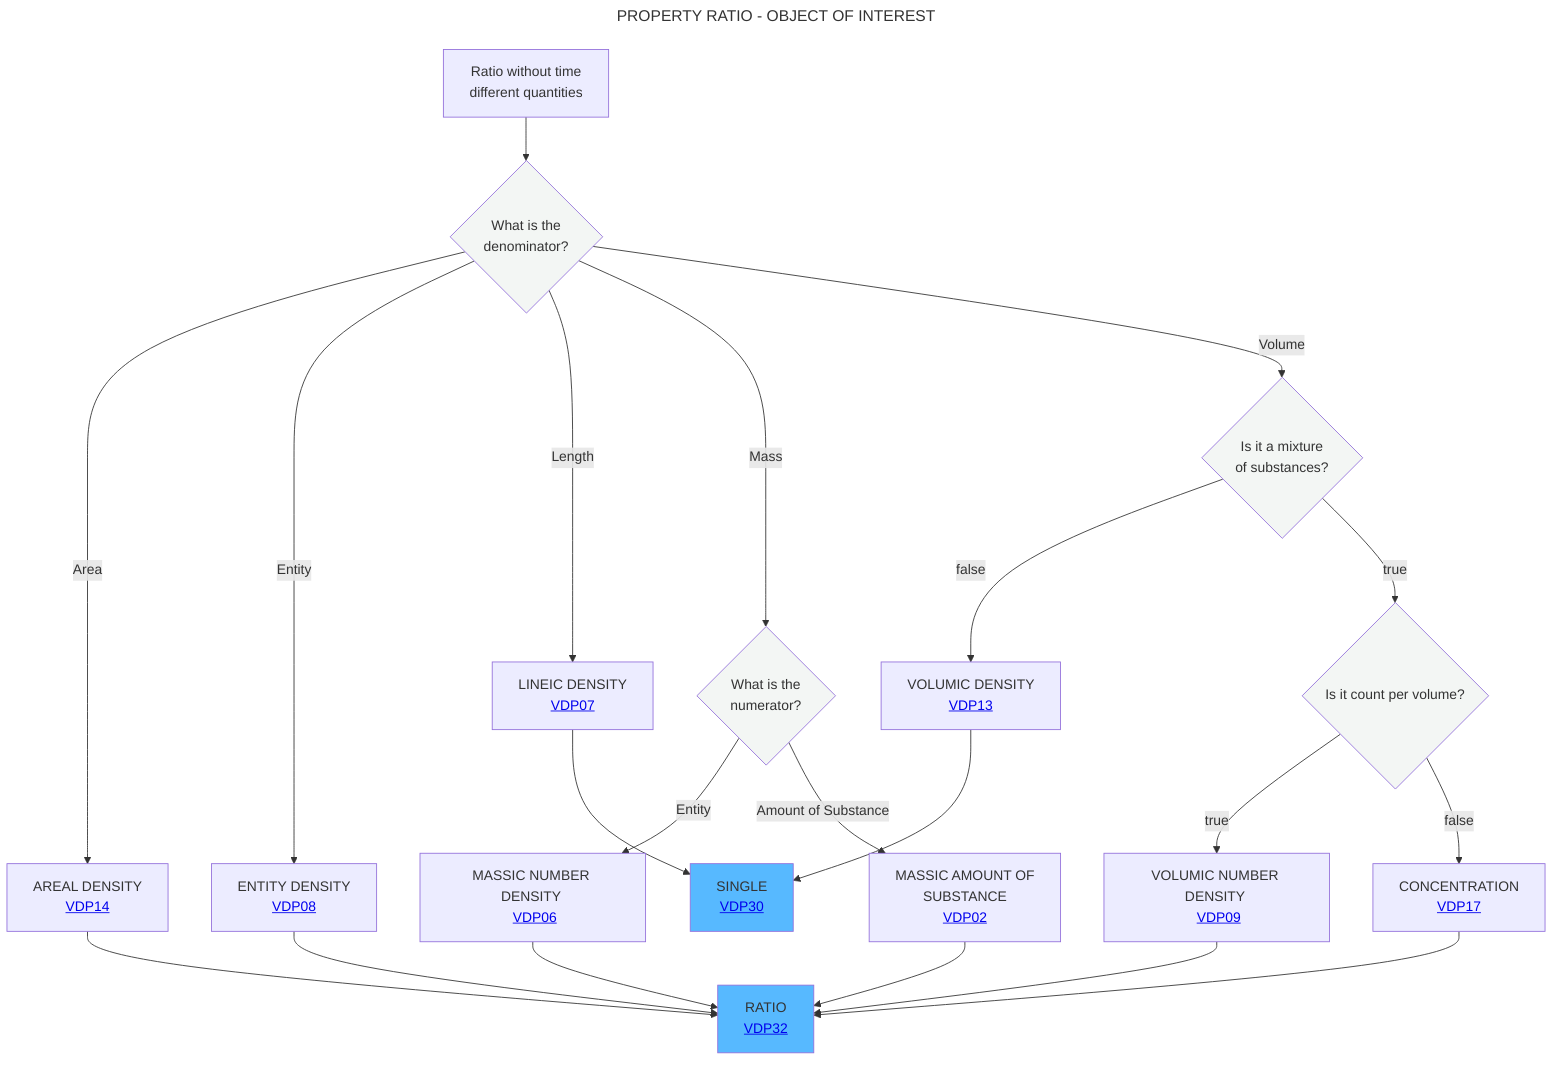
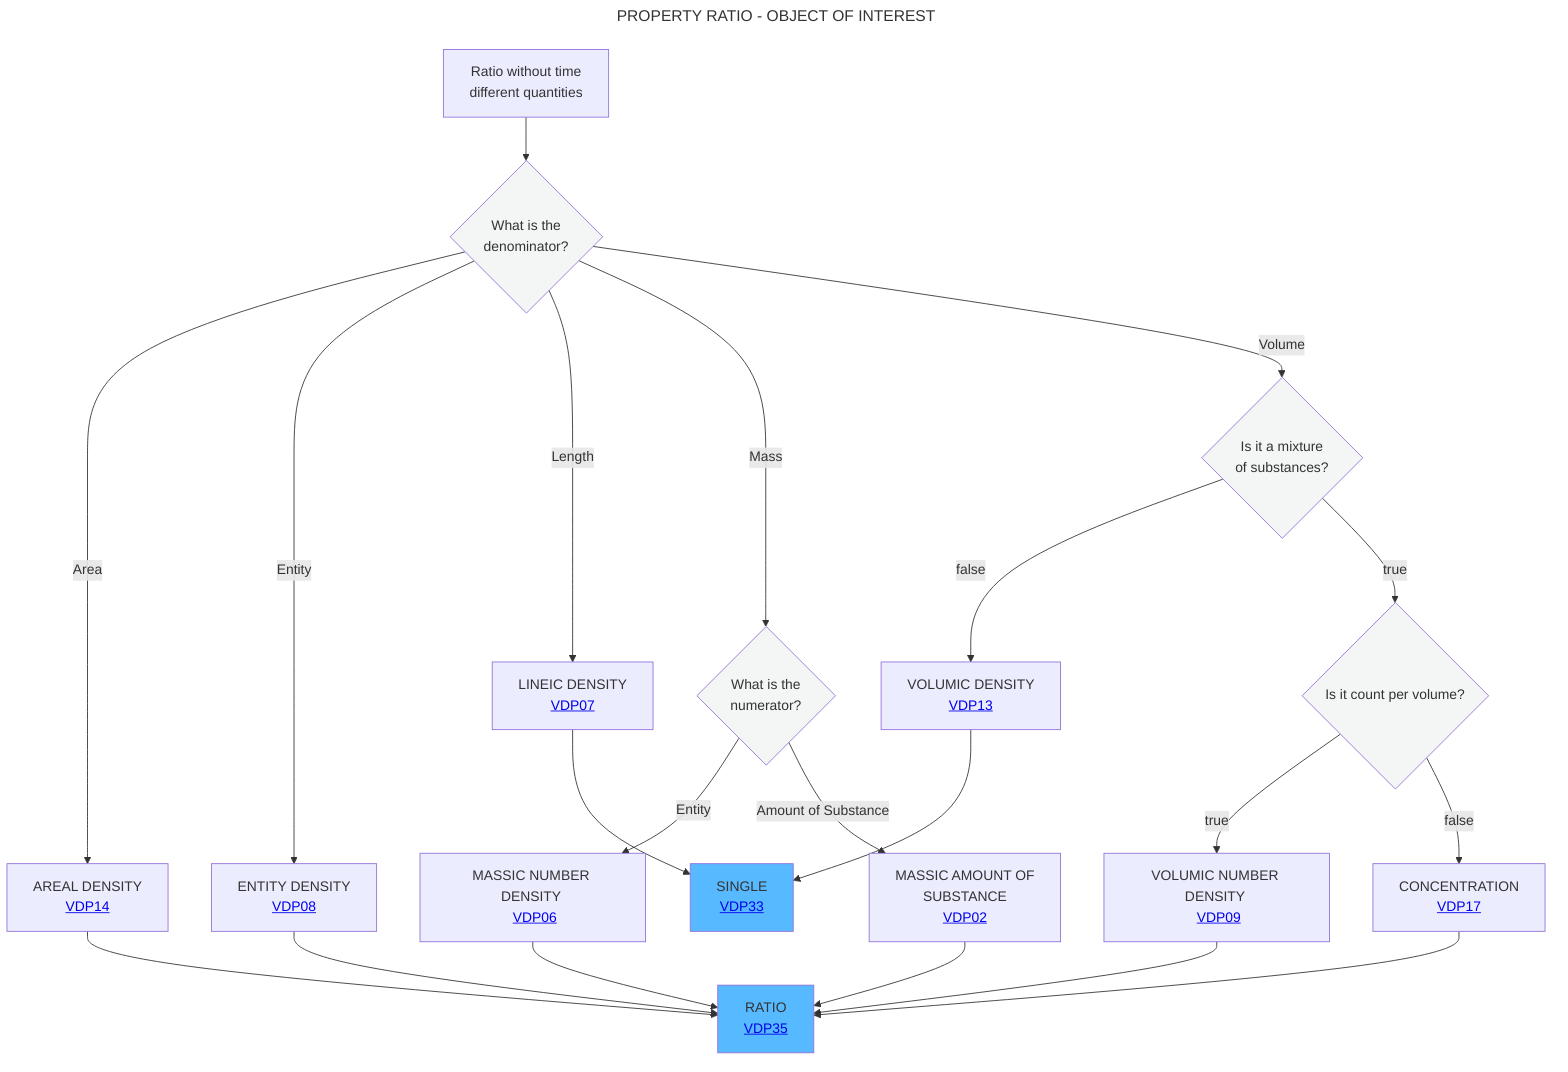
---
title: PROPERTY RATIO - OBJECT OF INTEREST
---
flowchart TD
    A[Ratio without time <br> different quantities] --> B{What is the <br> denominator?}:::white
    B -- Area -->C[AREAL DENSITY <br> <a href='https://github.com/mabablue/I-ADOPT-patterns-playground/blob/main/pattern/VDP14.yaml'>VDP14</a>]
    B -- Entity -->F[ENTITY DENSITY <br> <a href='https://github.com/mabablue/I-ADOPT-patterns-playground/blob/main/pattern/VDP08.yaml'>VDP08</a>]
    B -- Length -->D[LINEIC DENSITY <br> <a href='https://github.com/mabablue/I-ADOPT-patterns-playground/blob/main/pattern/VDP07.yaml'>VDP07</a>]
    B -- Mass -->E{What is the <br> numerator?}:::white
    E -- Entity --> L[MASSIC NUMBER DENSITY <br> <a href='https://github.com/mabablue/I-ADOPT-patterns-playground/blob/main/pattern/VDP06.yaml'>VDP06</a>]
    E -- Amount of Substance --> P[MASSIC AMOUNT OF <br> SUBSTANCE <br> <a href='https://github.com/mabablue/I-ADOPT-patterns-playground/blob/main/pattern/VDP02.yaml'>VDP02</a>]
    B -- Volume -->G{Is it a mixture <br> of substances?}:::white
    G --> |false|H[VOLUMIC DENSITY <br> <a href='https://github.com/mabablue/I-ADOPT-patterns-playground/blob/main/pattern/VDP13.yaml'>VDP13</a>]
    G--> |true|J{Is it count per volume?}:::white
    J --> |true|I[VOLUMIC NUMBER DENSITY <br> <a href='https://github.com/mabablue/I-ADOPT-patterns-playground/blob/main/pattern/VDP09.yaml'>VDP09</a>]
    J --> |false|M[CONCENTRATION <br> <a href='https://github.com/mabablue/I-ADOPT-patterns-playground/blob/main/pattern/VDP17.yaml'>VDP17</a>]
    I --> N
-     C --> N[RATIO <br> <a href='https://github.com/mabablue/I-ADOPT-patterns-playground/blob/main/pattern/VDP32.yaml'>VDP32</a>]:::satblue
+     C --> N[RATIO <br> <a href='https://github.com/mabablue/I-ADOPT-patterns-playground/blob/main/pattern/VDP35.yaml'>VDP35</a>]:::satblue
    F --> N
-     D --> O[SINGLE <br> <a href='https://github.com/mabablue/I-ADOPT-patterns-playground/blob/main/pattern/VDP30.yaml'>VDP30</a>]:::satblue
+     D --> O[SINGLE <br> <a href='https://github.com/mabablue/I-ADOPT-patterns-playground/blob/main/pattern/VDP33.yaml'>VDP33</a>]:::satblue
    H --> O
    L --> N
    P --> N
    M --> N
   classDef blue fill:#90D5FF
   classDef satblue fill:#57B9FF
   classDef white fill:#f3f6f4
   classDef green fill:#6aa84f
